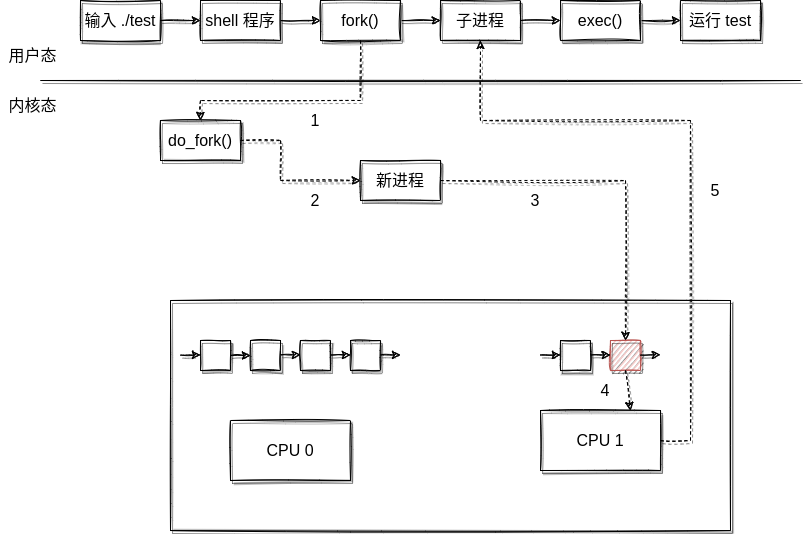
This is image/create_and_run.png from UtopianFuture/UtopianFuture.github.io, a draw.io export, as it was before one commit. Source tidied: cells renumbered, new cells last; positions are measured from the earlier drawing's top-left corner, leaving out a move shared by most shapes.
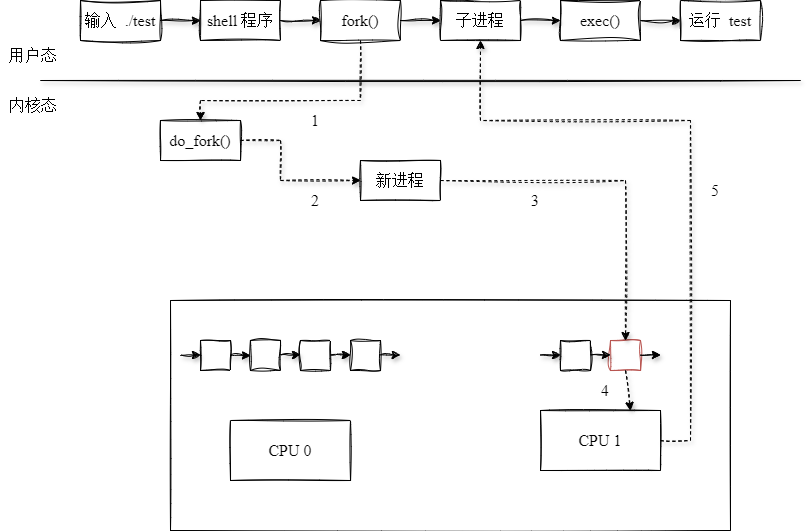
The same diagram one commit later.

Change to the diagram source:
```diff
@@ -2,37 +2,37 @@
   <root>
     <mxCell id="0" />
     <mxCell id="1" parent="0" />
-    <mxCell id="2" style="edgeStyle=orthogonalEdgeStyle;rounded=0;jettySize=auto;html=1;fontSize=16;sketch=1;shadow=1;" parent="1" edge="1" source="3" target="5">
+    <mxCell id="2" style="edgeStyle=orthogonalEdgeStyle;rounded=0;jettySize=auto;html=1;fontSize=16;shadow=1;sketch=1;curveFitting=1;jiggle=2;" parent="1" edge="1" source="3" target="5">
       <mxGeometry relative="1" as="geometry" />
     </mxCell>
-    <mxCell id="3" value="&lt;font style=&quot;font-size: 16px&quot;&gt;输入 ./test&lt;/font&gt;" style="rounded=0;whiteSpace=wrap;html=1;sketch=1;shadow=1;" parent="1" vertex="1">
+    <mxCell id="3" value="&lt;font face=&quot;宋体&quot; style=&quot;font-size: 16px&quot;&gt;输入 &lt;/font&gt;&lt;font face=&quot;Times New Roman&quot; style=&quot;font-size: 16px&quot;&gt;./test&lt;/font&gt;" style="rounded=0;whiteSpace=wrap;html=1;shadow=0;fillColor=none;sketch=1;curveFitting=1;jiggle=2;" parent="1" vertex="1">
       <mxGeometry x="80" width="80" height="40" as="geometry" />
     </mxCell>
-    <mxCell id="4" style="edgeStyle=orthogonalEdgeStyle;rounded=0;sketch=1;jettySize=auto;html=1;shadow=1;fontSize=16;" parent="1" edge="1" source="5" target="7">
+    <mxCell id="4" style="edgeStyle=orthogonalEdgeStyle;rounded=0;jettySize=auto;html=1;shadow=1;fontSize=16;sketch=1;curveFitting=1;jiggle=2;" parent="1" edge="1" source="5" target="7">
       <mxGeometry relative="1" as="geometry" />
     </mxCell>
-    <mxCell id="5" value="&lt;font style=&quot;font-size: 16px&quot;&gt;shell 程序&lt;/font&gt;" style="rounded=0;whiteSpace=wrap;html=1;sketch=1;shadow=1;" parent="1" vertex="1">
+    <mxCell id="5" value="&lt;font face=&quot;Times New Roman&quot; style=&quot;font-size: 16px&quot;&gt;shell &lt;/font&gt;&lt;font face=&quot;宋体&quot; style=&quot;font-size: 16px&quot;&gt;程序&lt;/font&gt;" style="rounded=0;whiteSpace=wrap;html=1;shadow=0;fillColor=none;sketch=1;curveFitting=1;jiggle=2;" parent="1" vertex="1">
       <mxGeometry x="200" width="80" height="40" as="geometry" />
     </mxCell>
-    <mxCell id="6" style="edgeStyle=orthogonalEdgeStyle;rounded=0;sketch=1;jettySize=auto;html=1;shadow=1;fontSize=16;" parent="1" edge="1" source="7" target="9">
+    <mxCell id="6" style="edgeStyle=orthogonalEdgeStyle;rounded=0;jettySize=auto;html=1;shadow=1;fontSize=16;sketch=1;curveFitting=1;jiggle=2;" parent="1" edge="1" source="7" target="9">
       <mxGeometry relative="1" as="geometry" />
     </mxCell>
-    <mxCell id="7" value="&lt;font style=&quot;font-size: 16px&quot;&gt;fork()&lt;/font&gt;" style="rounded=0;whiteSpace=wrap;html=1;sketch=1;shadow=1;" parent="1" vertex="1">
+    <mxCell id="7" value="&lt;font face=&quot;Times New Roman&quot; style=&quot;font-size: 16px&quot;&gt;fork()&lt;/font&gt;" style="rounded=0;whiteSpace=wrap;html=1;shadow=0;fillColor=none;sketch=1;curveFitting=1;jiggle=2;" parent="1" vertex="1">
       <mxGeometry x="320" width="80" height="40" as="geometry" />
     </mxCell>
-    <mxCell id="8" style="edgeStyle=orthogonalEdgeStyle;rounded=0;sketch=1;jettySize=auto;html=1;shadow=1;fontSize=16;" parent="1" edge="1" source="9" target="11">
+    <mxCell id="8" style="edgeStyle=orthogonalEdgeStyle;rounded=0;jettySize=auto;html=1;shadow=1;fontSize=16;sketch=1;curveFitting=1;jiggle=2;" parent="1" edge="1" source="9" target="11">
       <mxGeometry relative="1" as="geometry" />
     </mxCell>
-    <mxCell id="9" value="&lt;span style=&quot;font-size: 16px&quot;&gt;子进程&lt;/span&gt;" style="rounded=0;whiteSpace=wrap;html=1;sketch=1;shadow=1;" parent="1" vertex="1">
+    <mxCell id="9" value="&lt;span style=&quot;font-size: 16px&quot;&gt;子进程&lt;/span&gt;" style="rounded=0;whiteSpace=wrap;html=1;shadow=0;fillColor=none;sketch=1;curveFitting=1;jiggle=2;fontFamily=宋体;" parent="1" vertex="1">
       <mxGeometry x="440" width="80" height="40" as="geometry" />
     </mxCell>
-    <mxCell id="10" style="edgeStyle=orthogonalEdgeStyle;rounded=0;sketch=1;jettySize=auto;html=1;shadow=1;fontSize=16;" parent="1" edge="1" source="11" target="12">
+    <mxCell id="10" style="edgeStyle=orthogonalEdgeStyle;rounded=0;jettySize=auto;html=1;shadow=1;fontSize=16;sketch=1;curveFitting=1;jiggle=2;" parent="1" edge="1" source="11" target="12">
       <mxGeometry relative="1" as="geometry" />
     </mxCell>
-    <mxCell id="11" value="&lt;span style=&quot;font-size: 16px&quot;&gt;exec()&lt;/span&gt;" style="rounded=0;whiteSpace=wrap;html=1;sketch=1;shadow=1;" parent="1" vertex="1">
+    <mxCell id="11" value="&lt;span style=&quot;font-size: 16px&quot;&gt;exec()&lt;/span&gt;" style="rounded=0;whiteSpace=wrap;html=1;shadow=0;fillColor=none;sketch=1;curveFitting=1;jiggle=2;fontFamily=Times New Roman;" parent="1" vertex="1">
       <mxGeometry x="560" width="80" height="40" as="geometry" />
     </mxCell>
-    <mxCell id="12" value="&lt;font style=&quot;font-size: 16px&quot;&gt;运行 test&lt;/font&gt;" style="rounded=0;whiteSpace=wrap;html=1;sketch=1;shadow=1;" parent="1" vertex="1">
+    <mxCell id="12" value="&lt;font style=&quot;font-size: 16px&quot;&gt;运行 &lt;font face=&quot;Times New Roman&quot;&gt;test&lt;/font&gt;&lt;/font&gt;" style="rounded=0;whiteSpace=wrap;html=1;shadow=0;fillColor=none;sketch=1;curveFitting=1;jiggle=2;fontFamily=宋体;" parent="1" vertex="1">
       <mxGeometry x="680" width="80" height="40" as="geometry" />
     </mxCell>
     <mxCell id="13" style="endArrow=none;html=1;rounded=0;shadow=1;sketch=1;fontSize=16;" parent="1" edge="1">
@@ -41,37 +41,37 @@
         <mxPoint x="800" y="80" as="targetPoint" />
       </mxGeometry>
     </mxCell>
-    <mxCell id="14" value="&lt;font style=&quot;font-size: 16px&quot;&gt;do_fork()&lt;/font&gt;" style="rounded=0;whiteSpace=wrap;html=1;sketch=1;shadow=1;" parent="1" vertex="1">
+    <mxCell id="14" value="&lt;font face=&quot;Times New Roman&quot; style=&quot;font-size: 16px&quot;&gt;do_fork()&lt;/font&gt;" style="rounded=0;whiteSpace=wrap;html=1;sketch=1;shadow=0;fillColor=none;" parent="1" vertex="1">
       <mxGeometry x="160" y="120" width="80" height="40" as="geometry" />
     </mxCell>
-    <mxCell id="15" value="&lt;span style=&quot;font-size: 16px&quot;&gt;新进程&lt;/span&gt;" style="rounded=0;whiteSpace=wrap;html=1;sketch=1;shadow=1;" parent="1" vertex="1">
+    <mxCell id="15" value="&lt;span style=&quot;font-size: 16px&quot;&gt;新进程&lt;/span&gt;" style="rounded=0;whiteSpace=wrap;html=1;sketch=1;shadow=0;fillColor=none;fontFamily=宋体;" parent="1" vertex="1">
       <mxGeometry x="360" y="160" width="80" height="40" as="geometry" />
     </mxCell>
-    <mxCell id="16" style="rounded=0;whiteSpace=wrap;html=1;shadow=1;sketch=1;fontSize=16;" parent="1" vertex="1">
+    <mxCell id="16" style="rounded=0;whiteSpace=wrap;html=1;shadow=0;sketch=1;fontSize=16;fillColor=none;" parent="1" vertex="1">
       <mxGeometry x="170" y="300" width="560" height="230" as="geometry" />
     </mxCell>
-    <mxCell id="17" style="rounded=0;whiteSpace=wrap;html=1;shadow=1;sketch=1;fontSize=16;" parent="1" vertex="1">
+    <mxCell id="17" style="rounded=0;whiteSpace=wrap;html=1;shadow=0;fontSize=16;fillColor=none;sketch=1;curveFitting=1;jiggle=2;" parent="1" vertex="1">
       <mxGeometry x="200" y="340" width="30" height="30" as="geometry" />
     </mxCell>
-    <mxCell id="18" style="rounded=0;whiteSpace=wrap;html=1;shadow=1;sketch=1;fontSize=16;" parent="1" vertex="1">
+    <mxCell id="18" style="rounded=0;whiteSpace=wrap;html=1;shadow=0;fontSize=16;fillColor=none;sketch=1;curveFitting=1;jiggle=2;" parent="1" vertex="1">
       <mxGeometry x="250" y="340" width="30" height="30" as="geometry" />
     </mxCell>
-    <mxCell id="19" style="rounded=0;whiteSpace=wrap;html=1;shadow=1;sketch=1;fontSize=16;" parent="1" vertex="1">
+    <mxCell id="19" style="rounded=0;whiteSpace=wrap;html=1;shadow=0;fontSize=16;fillColor=none;sketch=1;curveFitting=1;jiggle=2;" parent="1" vertex="1">
       <mxGeometry x="300" y="340" width="30" height="30" as="geometry" />
     </mxCell>
-    <mxCell id="20" style="rounded=0;whiteSpace=wrap;html=1;shadow=1;sketch=1;fontSize=16;" parent="1" vertex="1">
+    <mxCell id="20" style="rounded=0;whiteSpace=wrap;html=1;shadow=0;fontSize=16;fillColor=none;sketch=1;curveFitting=1;jiggle=2;" parent="1" vertex="1">
       <mxGeometry x="350" y="340" width="30" height="30" as="geometry" />
     </mxCell>
-    <mxCell id="21" style="rounded=0;whiteSpace=wrap;html=1;shadow=1;sketch=1;fontSize=16;" parent="1" vertex="1">
+    <mxCell id="21" style="rounded=0;whiteSpace=wrap;html=1;shadow=0;fontSize=16;fillColor=none;sketch=1;curveFitting=1;jiggle=2;" parent="1" vertex="1">
       <mxGeometry x="560" y="340" width="30" height="30" as="geometry" />
     </mxCell>
-    <mxCell id="22" style="rounded=0;whiteSpace=wrap;html=1;shadow=1;sketch=1;fontSize=16;fillColor=#f8cecc;strokeColor=#b85450;" parent="1" vertex="1">
+    <mxCell id="22" style="rounded=0;whiteSpace=wrap;html=1;shadow=0;fontSize=16;fillColor=none;strokeColor=#b85450;sketch=1;curveFitting=1;jiggle=2;" parent="1" vertex="1">
       <mxGeometry x="610" y="340" width="30" height="30" as="geometry" />
     </mxCell>
-    <mxCell id="23" value="CPU 0" style="rounded=0;whiteSpace=wrap;html=1;shadow=1;sketch=1;fontSize=16;" parent="1" vertex="1">
+    <mxCell id="23" value="CPU 0" style="rounded=0;whiteSpace=wrap;html=1;shadow=0;sketch=1;fontSize=16;fillColor=none;fontFamily=Times New Roman;" parent="1" vertex="1">
       <mxGeometry x="230" y="420" width="120" height="60" as="geometry" />
     </mxCell>
-    <mxCell id="24" value="CPU 1" style="rounded=0;whiteSpace=wrap;html=1;shadow=1;sketch=1;fontSize=16;" parent="1" vertex="1">
+    <mxCell id="24" value="CPU 1" style="rounded=0;whiteSpace=wrap;html=1;shadow=0;sketch=1;fontSize=16;fillColor=none;fontFamily=Times New Roman;" parent="1" vertex="1">
       <mxGeometry x="540" y="410" width="120" height="60" as="geometry" />
     </mxCell>
     <mxCell id="25" style="endArrow=classic;html=1;rounded=0;shadow=1;sketch=1;fontSize=16;exitX=0.5;exitY=1;exitDx=0;exitDy=0;entryX=0.5;entryY=0;entryDx=0;entryDy=0;dashed=1;" parent="1" edge="1" source="7" target="14">
@@ -90,46 +90,46 @@
         </Array>
       </mxGeometry>
     </mxCell>
-    <mxCell id="27" style="endArrow=classic;html=1;rounded=0;shadow=1;sketch=1;fontSize=16;exitX=1;exitY=0.5;exitDx=0;exitDy=0;entryX=0;entryY=0.5;entryDx=0;entryDy=0;" parent="1" edge="1" source="17" target="18">
+    <mxCell id="27" style="endArrow=classic;html=1;rounded=0;shadow=1;fontSize=16;exitX=1;exitY=0.5;exitDx=0;exitDy=0;entryX=0;entryY=0.5;entryDx=0;entryDy=0;sketch=1;curveFitting=1;jiggle=2;" parent="1" edge="1" source="17" target="18">
       <mxGeometry relative="1" as="geometry" />
     </mxCell>
-    <mxCell id="28" style="endArrow=classic;html=1;rounded=0;shadow=1;sketch=1;fontSize=16;exitX=1;exitY=0.5;exitDx=0;exitDy=0;entryX=0;entryY=0.5;entryDx=0;entryDy=0;" parent="1" edge="1">
+    <mxCell id="28" style="endArrow=classic;html=1;rounded=0;shadow=1;fontSize=16;exitX=1;exitY=0.5;exitDx=0;exitDy=0;entryX=0;entryY=0.5;entryDx=0;entryDy=0;sketch=1;curveFitting=1;jiggle=2;" parent="1" edge="1">
       <mxGeometry relative="1" as="geometry">
         <mxPoint x="180" y="354.5" as="sourcePoint" />
         <mxPoint x="200" y="354.5" as="targetPoint" />
       </mxGeometry>
     </mxCell>
-    <mxCell id="29" style="endArrow=classic;html=1;rounded=0;shadow=1;sketch=1;fontSize=16;exitX=1;exitY=0.5;exitDx=0;exitDy=0;entryX=0;entryY=0.5;entryDx=0;entryDy=0;" parent="1" edge="1">
+    <mxCell id="29" style="endArrow=classic;html=1;rounded=0;shadow=1;fontSize=16;exitX=1;exitY=0.5;exitDx=0;exitDy=0;entryX=0;entryY=0.5;entryDx=0;entryDy=0;sketch=1;curveFitting=1;jiggle=2;" parent="1" edge="1">
       <mxGeometry relative="1" as="geometry">
         <mxPoint x="280" y="354.5" as="sourcePoint" />
         <mxPoint x="300" y="354.5" as="targetPoint" />
       </mxGeometry>
     </mxCell>
-    <mxCell id="30" style="endArrow=classic;html=1;rounded=0;shadow=1;sketch=1;fontSize=16;exitX=1;exitY=0.5;exitDx=0;exitDy=0;entryX=0;entryY=0.5;entryDx=0;entryDy=0;" parent="1" edge="1">
+    <mxCell id="30" style="endArrow=classic;html=1;rounded=0;shadow=1;fontSize=16;exitX=1;exitY=0.5;exitDx=0;exitDy=0;entryX=0;entryY=0.5;entryDx=0;entryDy=0;sketch=1;curveFitting=1;jiggle=2;" parent="1" edge="1">
       <mxGeometry relative="1" as="geometry">
         <mxPoint x="330" y="354.5" as="sourcePoint" />
         <mxPoint x="350" y="354.5" as="targetPoint" />
       </mxGeometry>
     </mxCell>
-    <mxCell id="31" style="endArrow=classic;html=1;rounded=0;shadow=1;sketch=1;fontSize=16;exitX=1;exitY=0.5;exitDx=0;exitDy=0;entryX=0;entryY=0.5;entryDx=0;entryDy=0;" parent="1" edge="1">
+    <mxCell id="31" style="endArrow=classic;html=1;rounded=0;shadow=1;fontSize=16;exitX=1;exitY=0.5;exitDx=0;exitDy=0;entryX=0;entryY=0.5;entryDx=0;entryDy=0;sketch=1;curveFitting=1;jiggle=2;" parent="1" edge="1">
       <mxGeometry relative="1" as="geometry">
         <mxPoint x="540" y="354.5" as="sourcePoint" />
         <mxPoint x="560" y="354.5" as="targetPoint" />
       </mxGeometry>
     </mxCell>
-    <mxCell id="32" style="endArrow=classic;html=1;rounded=0;shadow=1;sketch=1;fontSize=16;exitX=1;exitY=0.5;exitDx=0;exitDy=0;entryX=0;entryY=0.5;entryDx=0;entryDy=0;" parent="1" edge="1">
+    <mxCell id="32" style="endArrow=classic;html=1;rounded=0;shadow=1;fontSize=16;exitX=1;exitY=0.5;exitDx=0;exitDy=0;entryX=0;entryY=0.5;entryDx=0;entryDy=0;sketch=1;curveFitting=1;jiggle=2;" parent="1" edge="1">
       <mxGeometry relative="1" as="geometry">
         <mxPoint x="590" y="354.5" as="sourcePoint" />
         <mxPoint x="610" y="354.5" as="targetPoint" />
       </mxGeometry>
     </mxCell>
-    <mxCell id="33" style="endArrow=classic;html=1;rounded=0;shadow=1;sketch=1;fontSize=16;exitX=1;exitY=0.5;exitDx=0;exitDy=0;entryX=0;entryY=0.5;entryDx=0;entryDy=0;" parent="1" edge="1">
+    <mxCell id="33" style="endArrow=classic;html=1;rounded=0;shadow=1;fontSize=16;exitX=1;exitY=0.5;exitDx=0;exitDy=0;entryX=0;entryY=0.5;entryDx=0;entryDy=0;sketch=1;curveFitting=1;jiggle=2;" parent="1" edge="1">
       <mxGeometry relative="1" as="geometry">
         <mxPoint x="380" y="354.5" as="sourcePoint" />
         <mxPoint x="400" y="354.5" as="targetPoint" />
       </mxGeometry>
     </mxCell>
-    <mxCell id="34" style="endArrow=classic;html=1;rounded=0;shadow=1;sketch=1;fontSize=16;exitX=1;exitY=0.5;exitDx=0;exitDy=0;entryX=0;entryY=0.5;entryDx=0;entryDy=0;" parent="1" edge="1">
+    <mxCell id="34" style="endArrow=classic;html=1;rounded=0;shadow=1;fontSize=16;exitX=1;exitY=0.5;exitDx=0;exitDy=0;entryX=0;entryY=0.5;entryDx=0;entryDy=0;sketch=1;curveFitting=1;jiggle=2;" parent="1" edge="1">
       <mxGeometry relative="1" as="geometry">
         <mxPoint x="640" y="354.5" as="sourcePoint" />
         <mxPoint x="660" y="354.5" as="targetPoint" />
@@ -154,25 +154,25 @@
         </Array>
       </mxGeometry>
     </mxCell>
-    <mxCell id="38" value="用户态" style="rounded=0;whiteSpace=wrap;html=1;shadow=0;sketch=0;fontSize=16;strokeColor=none;" parent="1" vertex="1">
+    <mxCell id="38" value="用户态" style="rounded=0;whiteSpace=wrap;html=1;shadow=0;sketch=0;fontSize=16;strokeColor=none;fillColor=none;fontFamily=宋体;" parent="1" vertex="1">
       <mxGeometry y="40" width="65" height="30" as="geometry" />
     </mxCell>
-    <mxCell id="39" value="内核态" style="rounded=0;whiteSpace=wrap;html=1;shadow=0;sketch=0;fontSize=16;strokeColor=none;" parent="1" vertex="1">
+    <mxCell id="39" value="内核态" style="rounded=0;whiteSpace=wrap;html=1;shadow=0;sketch=0;fontSize=16;strokeColor=none;fillColor=none;fontFamily=宋体;" parent="1" vertex="1">
       <mxGeometry y="90" width="65" height="30" as="geometry" />
     </mxCell>
-    <mxCell id="40" value="1" style="rounded=0;whiteSpace=wrap;html=1;shadow=0;sketch=0;fontSize=16;strokeColor=none;" parent="1" vertex="1">
+    <mxCell id="40" value="1" style="rounded=0;whiteSpace=wrap;html=1;shadow=0;sketch=0;fontSize=16;strokeColor=none;fillColor=none;fontFamily=Times New Roman;" parent="1" vertex="1">
       <mxGeometry x="300" y="110" width="30" height="20" as="geometry" />
     </mxCell>
-    <mxCell id="41" value="2" style="rounded=0;whiteSpace=wrap;html=1;shadow=0;sketch=0;fontSize=16;strokeColor=none;" parent="1" vertex="1">
+    <mxCell id="41" value="2" style="rounded=0;whiteSpace=wrap;html=1;shadow=0;sketch=0;fontSize=16;strokeColor=none;fillColor=none;fontFamily=Times New Roman;" parent="1" vertex="1">
       <mxGeometry x="300" y="190" width="30" height="20" as="geometry" />
     </mxCell>
-    <mxCell id="42" value="3" style="rounded=0;whiteSpace=wrap;html=1;shadow=0;sketch=0;fontSize=16;strokeColor=none;" parent="1" vertex="1">
+    <mxCell id="42" value="3" style="rounded=0;whiteSpace=wrap;html=1;shadow=0;sketch=0;fontSize=16;strokeColor=none;fillColor=none;fontFamily=Times New Roman;" parent="1" vertex="1">
       <mxGeometry x="520" y="190" width="30" height="20" as="geometry" />
     </mxCell>
-    <mxCell id="43" value="4" style="rounded=0;whiteSpace=wrap;html=1;shadow=0;sketch=0;fontSize=16;strokeColor=none;" parent="1" vertex="1">
+    <mxCell id="43" value="4" style="rounded=0;whiteSpace=wrap;html=1;shadow=0;sketch=0;fontSize=16;strokeColor=none;fillColor=none;fontFamily=Times New Roman;" parent="1" vertex="1">
       <mxGeometry x="590" y="380" width="30" height="20" as="geometry" />
     </mxCell>
-    <mxCell id="44" value="5" style="rounded=0;whiteSpace=wrap;html=1;shadow=0;sketch=0;fontSize=16;strokeColor=none;" parent="1" vertex="1">
+    <mxCell id="44" value="5" style="rounded=0;whiteSpace=wrap;html=1;shadow=0;sketch=0;fontSize=16;strokeColor=none;fillColor=none;fontFamily=Times New Roman;" parent="1" vertex="1">
       <mxGeometry x="700" y="180" width="30" height="20" as="geometry" />
     </mxCell>
   </root>
```
